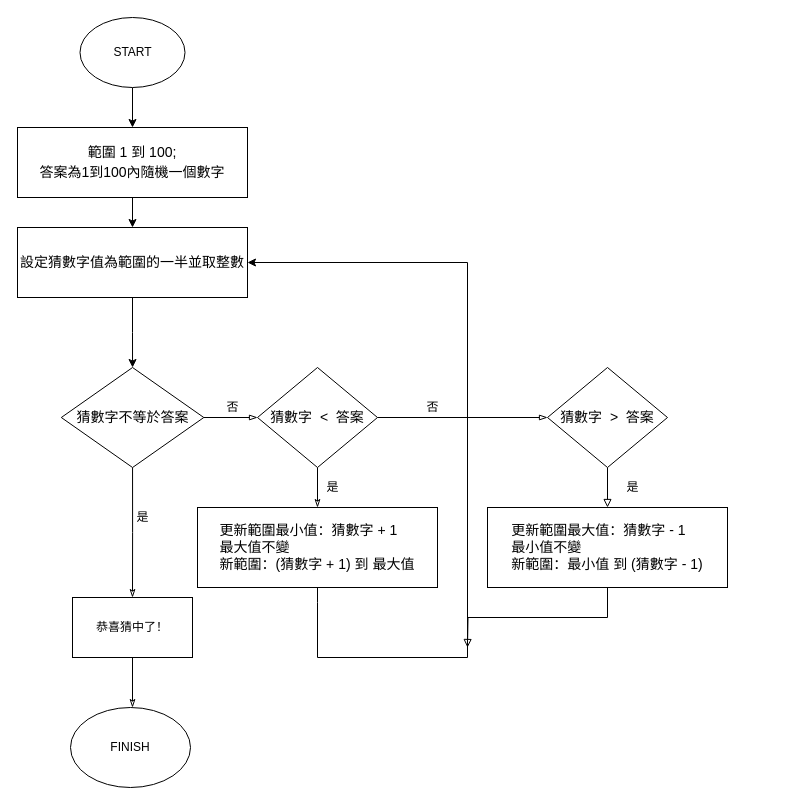
newush/flowcharts keeps this draw.io diagram as Untitled Diagram.drawio. Above is the earlier version. Source tidied: cells renumbered, new cells numbered last; positions are measured from the earlier drawing's top-left corner, leaving out a move shared by most shapes. Both pictures are drawn from the tidied source at 100%, with x=0, y=0 at pixel (17, 17).
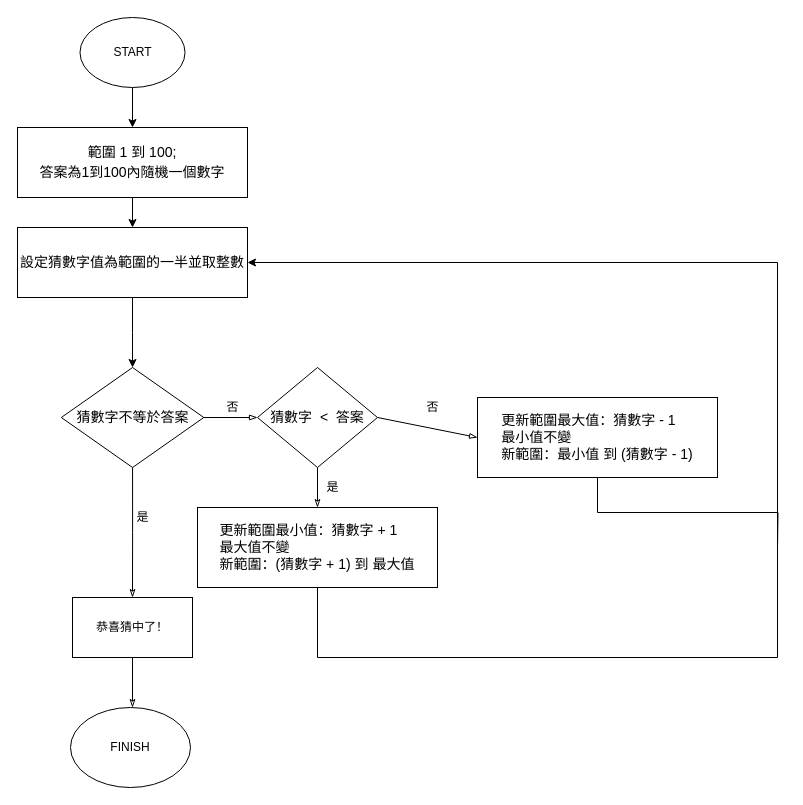
The same diagram, later.

Commit message:
final flowchart guessing number

Unchanged cells that the change refers to:
```xml
<mxCell id="5" value="&lt;font style=&quot;font-size: 14px ; line-height: 140%&quot;&gt;設定猜數字值為範圍的一半並取整數 &lt;br&gt;&lt;/font&gt;" style="rounded=0;whiteSpace=wrap;html=1;" parent="1" vertex="1">
  <mxGeometry y="210" width="230" height="70" as="geometry" />
</mxCell>
<mxCell id="19" value="&lt;p style=&quot;line-height: 140%&quot;&gt;&lt;/p&gt;&lt;div style=&quot;text-align: left ; font-size: 14px&quot;&gt;&lt;font style=&quot;font-size: 14px&quot;&gt;更新範圍最小值：猜數字 + 1&lt;/font&gt;&lt;/div&gt;&lt;div style=&quot;text-align: left ; font-size: 14px&quot;&gt;&lt;font style=&quot;font-size: 14px&quot;&gt;最大值不變&lt;/font&gt;&lt;/div&gt;&lt;div style=&quot;text-align: left ; font-size: 14px&quot;&gt;&lt;span&gt;新範圍：(猜數字 + 1) 到 最大值&lt;/span&gt;&lt;/div&gt;&lt;p&gt;&lt;/p&gt;" style="rounded=0;whiteSpace=wrap;html=1;" parent="1" vertex="1">
  <mxGeometry x="180" y="490" width="240" height="80" as="geometry" />
</mxCell>
```

What changed in the source:
```diff
@@
     <mxCell id="18" style="edgeStyle=orthogonalEdgeStyle;rounded=0;jettySize=auto;html=1;exitX=0.5;exitY=1;exitDx=0;exitDy=0;entryX=1;entryY=0.5;entryDx=0;entryDy=0;endArrow=classic;endFill=1;" parent="1" edge="1" source="19" target="5">
       <mxGeometry relative="1" as="geometry">
         <Array as="points">
-          <mxPoint x="300" y="585" />
           <mxPoint x="300" y="640" />
-          <mxPoint x="450" y="640" />
-          <mxPoint x="450" y="245" />
+          <mxPoint x="760" y="640" />
+          <mxPoint x="760" y="245" />
         </Array>
       </mxGeometry>
     </mxCell>
@@
-    <mxCell id="21" style="rounded=0;jettySize=auto;html=1;exitX=1;exitY=0.5;exitDx=0;exitDy=0;endArrow=blockThin;endFill=0;entryX=0;entryY=0.5;entryDx=0;entryDy=0;" parent="1" edge="1" target="24">
+    <mxCell id="21" style="rounded=0;jettySize=auto;html=1;exitX=1;exitY=0.5;exitDx=0;exitDy=0;endArrow=blockThin;endFill=0;entryX=0;entryY=0.5;entryDx=0;entryDy=0;" parent="1" edge="1" target="27">
       <mxGeometry relative="1" as="geometry">
         <mxPoint x="360" y="400" as="sourcePoint" />
       </mxGeometry>
     </mxCell>
@@
-    <mxCell id="23" style="edgeStyle=orthogonalEdgeStyle;rounded=0;jettySize=auto;html=1;exitX=0.5;exitY=1;exitDx=0;exitDy=0;entryX=0.5;entryY=0;entryDx=0;entryDy=0;endArrow=block;endFill=0;" parent="1" edge="1" source="24" target="27">
-      <mxGeometry relative="1" as="geometry" />
-    </mxCell>
-    <mxCell id="24" value="&lt;font style=&quot;font-size: 14px&quot;&gt;猜數字&amp;nbsp; &amp;gt;&amp;nbsp; 答案&lt;/font&gt;" style="rhombus;whiteSpace=wrap;html=1;" parent="1" vertex="1">
-      <mxGeometry x="530" y="350" width="120" height="100" as="geometry" />
-    </mxCell>
-    <mxCell id="25" value="是" style="text;html=1;align=center;verticalAlign=middle;fillColor=none;strokeColor=none;rounded=0;" parent="1" vertex="1">
-      <mxGeometry x="600" y="460" width="30" height="20" as="geometry" />
-    </mxCell>
-    <mxCell id="26" style="edgeStyle=orthogonalEdgeStyle;rounded=0;jettySize=auto;html=1;exitX=0.5;exitY=1;exitDx=0;exitDy=0;endArrow=block;endFill=0;" parent="1" edge="1" source="27">
+    <mxCell id="26" style="edgeStyle=orthogonalEdgeStyle;rounded=0;jettySize=auto;html=1;exitX=0.5;exitY=1;exitDx=0;exitDy=0;endArrow=none;endFill=0;" parent="1" edge="1" source="27">
       <mxGeometry relative="1" as="geometry">
-        <mxPoint x="450" y="630" as="targetPoint" />
+        <mxPoint x="760" y="530" as="targetPoint" />
       </mxGeometry>
     </mxCell>
     <mxCell id="27" value="&lt;p style=&quot;line-height: 140%&quot;&gt;&lt;/p&gt;&lt;div style=&quot;text-align: left ; font-size: 14px&quot;&gt;&lt;font style=&quot;font-size: 14px&quot;&gt;更新範圍最大值：猜數字 - 1&lt;/font&gt;&lt;/div&gt;&lt;div style=&quot;text-align: left ; font-size: 14px&quot;&gt;&lt;font style=&quot;font-size: 14px&quot;&gt;最小值不變&lt;/font&gt;&lt;/div&gt;&lt;div style=&quot;text-align: left ; font-size: 14px&quot;&gt;&lt;span&gt;新範圍：最小值 到 (猜數字 - 1)&lt;/span&gt;&lt;/div&gt;&lt;p&gt;&lt;/p&gt;" style="rounded=0;whiteSpace=wrap;html=1;" parent="1" vertex="1">
-      <mxGeometry x="470" y="490" width="240" height="80" as="geometry" />
+      <mxGeometry x="460" y="380" width="240" height="80" as="geometry" />
     </mxCell>
```
